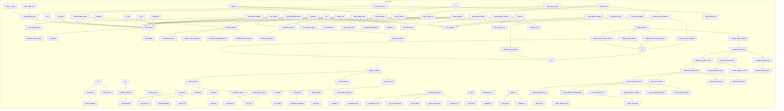
pyfunc/taskfile keeps this Mermaid diagram as project/calls.png. Above is the earlier version. Its source is kept beside it as project/calls.mmd.
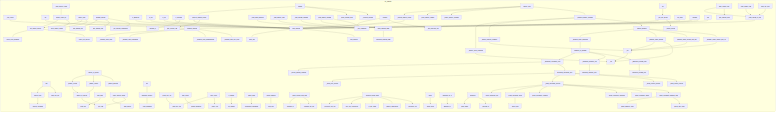
Later version of the same file.

Diff of the diagram source:
```diff
@@ -1,139 +1,139 @@
 flowchart LR
     subgraph src_taskfile
-        src__taskfile__compose__resolve_dict["resolve_dict"]
+        src__taskfile__compose__ComposeFile____init__["__init__"]
+        src__taskfile__cigen__list_targets["list_targets"]
+        src__taskfile__cli__fleet__fleet_repair_cmd["fleet_repair_cmd"]
+        src__taskfile__cli__fleet___load_config_or_exit["_load_config_or_exit"]
         src__taskfile__cli__fleet__fleet_status_cmd["fleet_status_cmd"]
-        src__taskfile__fleet__load_fleet["load_fleet"]
-        src__taskfile__cli__release___get_current_tag["_get_current_tag"]
-        src__taskfile__cli__main__list_tasks["list_tasks"]
+        src__taskfile__fleet___deploy_parallel["_deploy_parallel"]
+        src__taskfile__quadlet__generate_container_unit["generate_container_unit"]
+        src___select_deploy_strategy["_select_deploy_strategy"]
+        src__taskfile__cli__setup___validate_ip["_validate_ip"]
+        src__taskfile__cli__release___confirm_release["_confirm_release"]
         src__taskfile__quadlet___parse_port["_parse_port"]
-        src___select_deploy_strategy["_select_deploy_strategy"]
-        src__taskfile__quadlet___build_container_ports["_build_container_ports"]
+        src__taskfile__cli__release___step_deploy_landing["_step_deploy_landing"]
+        src__taskfile__cli__deploy___deploy_remote_compose["_deploy_remote_compose"]
+        src__taskfile__quadlet__compose_to_quadlet["compose_to_quadlet"]
+        src__taskfile__cli__setup___is_vps_ready["_is_vps_ready"]
+        src__taskfile__parser___validate_task_commands["_validate_task_commands"]
+        src__taskfile__fleet__deploy_to_device["deploy_to_device"]
+        src__taskfile__parser__load_taskfile["load_taskfile"]
         src__taskfile__cli__auth__auth_setup["auth_setup"]
-        src__taskfile__cli__release___confirm_release["_confirm_release"]
-        src__taskfile__parser__find_taskfile["find_taskfile"]
-        src__taskfile__landing__generate_landing_page["generate_landing_page"]
-        src__taskfile__cli__main___group_rolling["_group_rolling"]
-        src__taskfile__quadlet___parse_cpus_limit["_parse_cpus_limit"]
-        src__taskfile__fleet___deploy_canary["_deploy_canary"]
-        src__taskfile__cli__main___run_env_group["_run_env_group"]
-        src__taskfile__cli__fleet__fleet_repair_cmd["fleet_repair_cmd"]
-        src__taskfile__cli__deploy___resolve_deploy_config["_resolve_deploy_config"]
-        src__taskfile__quadlet___collect_named_volumes["_collect_named_volumes"]
-        src__taskfile__cli__main__init["init"]
-        src__taskfile__fleet___ping_device["_ping_device"]
-        src___quadlet_step4_restart_and_cleanup["_quadlet_step4_restart_and_cle"]
+        src__taskfile__quadlet___parse_memory_limit["_parse_memory_limit"]
         src__taskfile__models__TaskfileConfig__from_dict["from_dict"]
-        src__taskfile__quadlet___build_service_section["_build_service_section"]
-        src___resolve_release_config["_resolve_release_config"]
-        src__taskfile__cigen__generate_all_ci["generate_all_ci"]
-        src__generate["generate"]
-        src__taskfile__health__health_check_all["health_check_all"]
-        src__taskfile__cli__release___step_deploy_web["_step_deploy_web"]
-        src__taskfile__cli__setup__setup["setup"]
-        src__taskfile__quadlet__generate_network_unit["generate_network_unit"]
-        src__taskfile__health__check_ssh_service["check_ssh_service"]
-        src___build_container_podman_args["_build_container_podman_args"]
-        src__taskfile__fleet__deploy_to_device["deploy_to_device"]
-        src__taskfile__cli__deploy___ssh["_ssh"]
-        src__taskfile__compose__ComposeFile____init__["__init__"]
-        src__taskfile__cli__auth___write_env_var["_write_env_var"]
-        src__taskfile__scaffold___load_template["_load_template"]
-        src__taskfile__cli__quadlet__quadlet_upload["quadlet_upload"]
-        src__taskfile__cli__setup___build_config_from_args["_build_config_from_args"]
-        src__taskfile__fleet__deploy_to_group["deploy_to_group"]
-        src__taskfile__quadlet___build_install_section["_build_install_section"]
-        src__taskfile__cli__health__health_cmd["health_cmd"]
-        src__taskfile__health__print_health_report["print_health_report"]
-        src___execute_deploy_strategy["_execute_deploy_strategy"]
-        src__taskfile__cli__release__release["release"]
-        src__taskfile__cli__release___run_command["_run_command"]
-        src__taskfile__cli__release__rollback["rollback"]
-        src__taskfile__quadlet___build_container_env["_build_container_env"]
-        src__taskfile__quadlet__generate_container_unit["generate_container_unit"]
-        src__taskfile__quadlet___generate_container_files["_generate_container_files"]
-        src__taskfile__fleet___ssh_cmd["_ssh_cmd"]
-        src__taskfile__quadlet__compose_to_quadlet["compose_to_quadlet"]
-        src__taskfile__cli__deploy___deploy_remote_compose["_deploy_remote_compose"]
-        src__taskfile__cigen__base___yaml_dump["_yaml_dump"]
-        src__taskfile__cli__deploy___print_deploy_header["_print_deploy_header"]
-        src__taskfile__cli__auth___ensure_gitignore["_ensure_gitignore"]
-        src__taskfile__cli__main__validate["validate"]
-        src__taskfile__models__PipelineConfig__from_dict["from_dict"]
-        src__taskfile__quadlet___build_unit_section["_build_unit_section"]
-        src__taskfile__cli__release___step_health_check["_step_health_check"]
-        src__taskfile__fleet__check_device_status["check_device_status"]
-        src__taskfile__quadlet___build_container_networks["_build_container_networks"]
-        src__taskfile__cli__setup___execute_setup_steps["_execute_setup_steps"]
-        src__taskfile__runner__TaskfileRunner__run["run"]
-        src__taskfile__cli__release___step_build_desktop["_step_build_desktop"]
-        src__taskfile__cli__auth___check_tool["_check_tool"]
-        src__taskfile__cli__ci__ci_preview["ci_preview"]
-        src__taskfile__cli__fleet___get_remote_envs["_get_remote_envs"]
-        src__taskfile__cli__main__run["run"]
-        src__taskfile__cli__fleet__fleet_list_cmd["fleet_list_cmd"]
-        src___parse_pipeline["_parse_pipeline"]
-        src__taskfile__cli__deploy___quadlet_step2_upload["_quadlet_step2_upload"]
-        src__taskfile__cli__fleet___load_config_or_exit["_load_config_or_exit"]
-        src___init_config["_init_config"]
-        src__taskfile__cli__ci__ci_list["ci_list"]
-        src__taskfile__scaffold__generate_taskfile["generate_taskfile"]
-        src__taskfile__health__check_http_endpoint["check_http_endpoint"]
-        src__taskfile__quadlet___generate_network_file["_generate_network_file"]
-        src__taskfile__cli__setup___validate_ssh_key["_validate_ssh_key"]
-        src__taskfile__cli__deploy__deploy_cmd["deploy_cmd"]
-        src__taskfile__cli__main__info["info"]
-        src__taskfile__cli__setup___test_ssh_connection["_test_ssh_connection"]
-        src__taskfile__cli__deploy___deploy_quadlet["_deploy_quadlet"]
-        src__taskfile__cli__ci__ci_generate["ci_generate"]
-        src__taskfile__quadlet___generate_volume_files["_generate_volume_files"]
-        src__taskfile__cli__setup___is_vps_ready["_is_vps_ready"]
-        src__taskfile__fleet__FleetConfig__from_dict["from_dict"]
-        src__taskfile__models___normalize_commands["_normalize_commands"]
-        src__taskfile__cli__release___step_deploy_landing["_step_deploy_landing"]
-        src__taskfile__quadlet___build_container_volumes["_build_container_volumes"]
-        src__taskfile__parser__validate_taskfile["validate_taskfile"]
-        src__taskfile__cli__quadlet___get_upload_files["_get_upload_files"]
-        src__taskfile__quadlet___build_container_labels["_build_container_labels"]
-        src__taskfile__parser___validate_tasks_exist["_validate_tasks_exist"]
-        src__taskfile__health__run_health_checks["run_health_checks"]
-        src__generate["generate"]
-        src__taskfile__cigen__generate_ci["generate_ci"]
-        src__taskfile__quadlet___build_container_section["_build_container_section"]
-        src__taskfile__cli__setup___parse_ports["_parse_ports"]
-        src__taskfile__parser___validate_task_env_filter["_validate_task_env_filter"]
-        src__taskfile__fleet___deploy_rolling["_deploy_rolling"]
-        src__taskfile__cli__release___get_previous_tag["_get_previous_tag"]
-        src__taskfile__compose__load_env_file["load_env_file"]
-        src__taskfile__cli__deploy___run["_run"]
-        src__taskfile__cigen__list_targets["list_targets"]
-        src__taskfile__quadlet___parse_memory_limit["_parse_memory_limit"]
-        src__taskfile__parser__load_taskfile["load_taskfile"]
-        src___quadlet_step1_generate["_quadlet_step1_generate"]
-        src__taskfile__cli__auth___read_env_file["_read_env_file"]
-        src__taskfile__cli__setup___provision_ssh_key["_provision_ssh_key"]
-        src__taskfile__cli__quadlet___get_upload_env["_get_upload_env"]
-        src__taskfile__cli__auth__auth_verify["auth_verify"]
-        src__taskfile__cli__setup___deploy_application["_deploy_application"]
-        src__taskfile__parser___validate_task_dependencies["_validate_task_dependencies"]
-        src__taskfile__cli__quadlet___run_upload_commands["_run_upload_commands"]
-        src__taskfile__parser___validate_task_commands["_validate_task_commands"]
-        src__taskfile__cli__release___show_release_plan["_show_release_plan"]
-        src__taskfile__cli__ci__ci_targets["ci_targets"]
         src___quadlet_step3_reload_and_pull["_quadlet_step3_reload_and_pull"]
         src__taskfile__cigen__base___sanitize_id["_sanitize_id"]
+        src___init_config["_init_config"]
+        src__taskfile__runner__TaskfileRunner__run["run"]
+        src__taskfile__quadlet___build_install_section["_build_install_section"]
+        src__taskfile__cli__fleet__fleet_list_cmd["fleet_list_cmd"]
+        src__taskfile__models___normalize_commands["_normalize_commands"]
+        src__taskfile__cigen__preview_ci["preview_ci"]
+        src__taskfile__quadlet___parse_cpus_limit["_parse_cpus_limit"]
+        src___execute_deploy_strategy["_execute_deploy_strategy"]
+        src__taskfile__cli__main___group_rolling["_group_rolling"]
+        src__taskfile__cli__setup___provision_ssh_key["_provision_ssh_key"]
+        src___resolve_release_config["_resolve_release_config"]
+        src__taskfile__cli__setup___provision_vps["_provision_vps"]
+        src__taskfile__cli__setup__setup["setup"]
+        src__taskfile__quadlet__generate_volume_unit["generate_volume_unit"]
+        src__generate["generate"]
+        src__taskfile__cli__setup___test_ssh_connection["_test_ssh_connection"]
+        src__taskfile__cli__release___show_release_plan["_show_release_plan"]
+        src__taskfile__cli__main__init["init"]
+        src__taskfile__landing__generate_landing_page["generate_landing_page"]
+        src__taskfile__cli__deploy__deploy_cmd["deploy_cmd"]
+        src__taskfile__cli__auth___check_tool["_check_tool"]
+        src__taskfile__cli__quadlet__quadlet_upload["quadlet_upload"]
+        src__taskfile__quadlet___build_unit_section["_build_unit_section"]
+        src__taskfile__cli__setup___parse_ports["_parse_ports"]
+        src__taskfile__parser___validate_task_dependencies["_validate_task_dependencies"]
+        src__taskfile__cli__release___get_previous_tag["_get_previous_tag"]
+        src__taskfile__landing__build_landing_page["build_landing_page"]
+        src__taskfile__quadlet__generate_network_unit["generate_network_unit"]
+        src__taskfile__cli__deploy___print_deploy_header["_print_deploy_header"]
+        src__taskfile__quadlet___generate_volume_files["_generate_volume_files"]
+        src__taskfile__cli__release___get_current_tag["_get_current_tag"]
+        src__taskfile__cli__release___run_command["_run_command"]
+        src__taskfile__cli__setup___deploy_application["_deploy_application"]
+        src__taskfile__quadlet___build_container_volumes["_build_container_volumes"]
+        src__taskfile__parser__find_taskfile["find_taskfile"]
+        src__taskfile__fleet___deploy_canary["_deploy_canary"]
+        src__taskfile__scaffold___load_template["_load_template"]
+        src__taskfile__fleet___ssh_cmd["_ssh_cmd"]
+        src__taskfile__cli__fleet___get_remote_envs["_get_remote_envs"]
+        src___quadlet_step1_generate["_quadlet_step1_generate"]
+        src__taskfile__cli__auth__auth_verify["auth_verify"]
+        src__taskfile__quadlet___collect_named_volumes["_collect_named_volumes"]
+        src__taskfile__cli__deploy___deploy_quadlet["_deploy_quadlet"]
+        src__taskfile__models__PipelineConfig__from_dict["from_dict"]
+        src__taskfile__cigen__generate_ci["generate_ci"]
+        src__taskfile__cli__ci__ci_generate["ci_generate"]
+        src__taskfile__cli__deploy___ssh["_ssh"]
+        src__taskfile__quadlet___build_container_section["_build_container_section"]
+        src__taskfile__parser___validate_tasks_exist["_validate_tasks_exist"]
+        src__taskfile__cli__deploy___run["_run"]
+        src__taskfile__cli__deploy___deploy_local_compose["_deploy_local_compose"]
+        src__taskfile__health__run_health_checks["run_health_checks"]
+        src__taskfile__cli__setup___validate_ssh_key["_validate_ssh_key"]
+        src__taskfile__cli__setup___execute_setup_steps["_execute_setup_steps"]
+        src__taskfile__cli__main__list_tasks["list_tasks"]
+        src__taskfile__cigen__base___yaml_dump["_yaml_dump"]
+        src__taskfile__cli__ci__ci_targets["ci_targets"]
+        src__taskfile__cli__main__validate["validate"]
+        src__taskfile__cli__auth___ensure_gitignore["_ensure_gitignore"]
+        src__taskfile__parser___validate_task_env_filter["_validate_task_env_filter"]
+        src__taskfile__fleet__check_device_status["check_device_status"]
+        src__generate["generate"]
+        src__taskfile__cli__quadlet___get_upload_files["_get_upload_files"]
+        src__taskfile__quadlet___build_container_networks["_build_container_networks"]
+        src__taskfile__scaffold__generate_taskfile["generate_taskfile"]
+        src__taskfile__cli__release__rollback["rollback"]
+        src__taskfile__quadlet___generate_network_file["_generate_network_file"]
+        src__taskfile__cli__release___step_health_check["_step_health_check"]
+        src__taskfile__quadlet___build_service_section["_build_service_section"]
+        src__taskfile__cli__release___step_build_desktop["_step_build_desktop"]
+        src__taskfile__quadlet___build_container_labels["_build_container_labels"]
+        src__taskfile__cli__main___run_env_group["_run_env_group"]
+        src__taskfile__cli__ci__ci_preview["ci_preview"]
+        src__taskfile__fleet___ping_device["_ping_device"]
+        src__generate["generate"]
+        src__taskfile__cli__release___step_deploy_web["_step_deploy_web"]
+        src__taskfile__cli__auth___write_env_var["_write_env_var"]
+        src__taskfile__fleet___deploy_rolling["_deploy_rolling"]
+        src___quadlet_step4_restart_and_cleanup["_quadlet_step4_restart_and_cle"]
+        src__taskfile__cigen__generate_all_ci["generate_all_ci"]
+        src__taskfile__quadlet___generate_container_files["_generate_container_files"]
+        src__taskfile__cli__main__info["info"]
+        src__taskfile__cli__ci__ci_list["ci_list"]
+        src__taskfile__parser__validate_taskfile["validate_taskfile"]
+        src__taskfile__compose__resolve_variables["resolve_variables"]
+        src__taskfile__health__check_ssh_service["check_ssh_service"]
+        src__taskfile__cli__release__release["release"]
+        src__taskfile__health__print_health_report["print_health_report"]
+        src__taskfile__fleet__deploy_to_group["deploy_to_group"]
+        src___build_container_podman_args["_build_container_podman_args"]
+        src__taskfile__compose__resolve_dict["resolve_dict"]
+        src__taskfile__cli__setup___build_config_from_args["_build_config_from_args"]
+        src__taskfile__quadlet___build_container_ports["_build_container_ports"]
+        src__taskfile__cli__auth___read_env_file["_read_env_file"]
+        src__taskfile__health__health_check_all["health_check_all"]
+        src__taskfile__cli__release___step_upload_releases["_step_upload_releases"]
+        src__taskfile__cli__quadlet___run_upload_commands["_run_upload_commands"]
+        src___parse_pipeline["_parse_pipeline"]
+        src__taskfile__cli__health__health_cmd["health_cmd"]
+        src__taskfile__cli__deploy___resolve_deploy_config["_resolve_deploy_config"]
+        src__taskfile__cli__main__run["run"]
+        src__taskfile__compose__load_env_file["load_env_file"]
+        src__taskfile__fleet__load_fleet["load_fleet"]
+        src__taskfile__fleet__FleetConfig__from_dict["from_dict"]
+        src__taskfile__health__check_http_endpoint["check_http_endpoint"]
+        src__taskfile__quadlet___build_container_env["_build_container_env"]
+        src___parse_tasks["_parse_tasks"]
+        src__taskfile__cli__quadlet___get_upload_env["_get_upload_env"]
+        src__generate["generate"]
         src__taskfile__cli__ci__ci_run["ci_run"]
-        src__taskfile__cli__setup___provision_vps["_provision_vps"]
-        src__generate["generate"]
-        src__generate["generate"]
-        src__taskfile__landing__build_landing_page["build_landing_page"]
-        src__taskfile__quadlet__generate_volume_unit["generate_volume_unit"]
-        src__taskfile__cigen__preview_ci["preview_ci"]
-        src__taskfile__cli__deploy___deploy_local_compose["_deploy_local_compose"]
-        src__taskfile__fleet___deploy_parallel["_deploy_parallel"]
-        src__taskfile__cli__setup___validate_ip["_validate_ip"]
-        src__taskfile__cli__release___step_upload_releases["_step_upload_releases"]
-        src__taskfile__compose__resolve_variables["resolve_variables"]
-        src___parse_tasks["_parse_tasks"]
+        src__taskfile__cli__deploy___quadlet_step2_upload["_quadlet_step2_upload"]
     end
     src__taskfile__landing__build_landing_page --> src__taskfile__landing__generate_landing_page
     src___init_config --> src__taskfile__parser__load_taskfile
@@ -152,10 +152,6 @@
     src__taskfile__health__health_check_all --> src__taskfile__health__run_health_checks
     src__taskfile__health__health_check_all --> src__taskfile__health__print_health_report
     src__taskfile__scaffold__generate_taskfile --> src__taskfile__scaffold___load_template
-    src__taskfile__cli__auth___write_env_var --> src__taskfile__cli__auth___read_env_file
-    src__taskfile__cli__auth__auth_setup --> src__taskfile__cli__auth___ensure_gitignore
-    src__taskfile__cli__auth__auth_verify --> src__taskfile__cli__auth___read_env_file
-    src__taskfile__cli__auth__auth_verify --> src__taskfile__cli__auth___check_tool
     src__taskfile__fleet__load_fleet --> src__taskfile__fleet__FleetConfig__from_dict
     src__taskfile__fleet__check_device_status --> src__taskfile__fleet___ping_device
     src__taskfile__fleet__check_device_status --> src__taskfile__fleet___ssh_cmd
@@ -165,6 +161,10 @@
     src__taskfile__fleet__deploy_to_group --> src__taskfile__fleet___deploy_parallel
     src__taskfile__fleet___deploy_rolling --> src__taskfile__fleet__deploy_to_device
     src__taskfile__fleet___deploy_canary --> src__taskfile__fleet__deploy_to_device
+    src__taskfile__cli__auth___write_env_var --> src__taskfile__cli__auth___read_env_file
+    src__taskfile__cli__auth__auth_setup --> src__taskfile__cli__auth___ensure_gitignore
+    src__taskfile__cli__auth__auth_verify --> src__taskfile__cli__auth___read_env_file
+    src__taskfile__cli__auth__auth_verify --> src__taskfile__cli__auth___check_tool
     src__taskfile__cli__health__health_cmd --> src__taskfile__parser__load_taskfile
     src__taskfile__cli__health__health_cmd --> src__taskfile__health__run_health_checks
     src__taskfile__cli__health__health_cmd --> src__taskfile__health__print_health_report
@@ -222,6 +222,7 @@
     src__taskfile__cli__deploy__deploy_cmd --> src__taskfile__cli__deploy___print_deploy_header
     src__taskfile__cli__deploy__deploy_cmd --> src___select_deploy_strategy
     src__taskfile__cli__deploy__deploy_cmd --> src___execute_deploy_strategy
+    src__taskfile__cigen__generate_all_ci --> src__taskfile__cigen__generate_ci
     src__taskfile__cli__main___run_env_group --> src__taskfile__parser__load_taskfile
     src__taskfile__cli__main___run_env_group --> src__taskfile__cli__main___group_rolling
     src__taskfile__cli__main__run --> src__taskfile__cli__main___run_env_group
@@ -235,7 +236,6 @@
     src__taskfile__cli__fleet__fleet_status_cmd --> src__taskfile__cli__fleet___get_remote_envs
     src__taskfile__cli__fleet__fleet_repair_cmd --> src__taskfile__cli__fleet___load_config_or_exit
     src__taskfile__cli__fleet__fleet_list_cmd --> src__taskfile__cli__fleet___load_config_or_exit
-    src__taskfile__cigen__generate_all_ci --> src__taskfile__cigen__generate_ci
     src__generate --> src__taskfile__cigen__base___yaml_dump
     src__generate --> src__taskfile__cigen__base___sanitize_id
     src__taskfile__quadlet___build_container_ports --> src__taskfile__quadlet___parse_port
```
